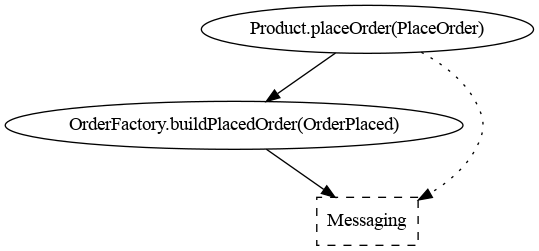
Earlier version of the Graphviz export shop-doc/img/shop_orderplacement.png (pousse-cafe/pousse-cafe.github.io). Its source is kept beside it as shop-doc/img/shop_orderplacement.dot. Source of this version:
```dot
digraph {
splines=spline;
"Product.placeOrder(PlaceOrder)" -> "OrderFactory.buildPlacedOrder(OrderPlaced)" [style=solid];
"OrderFactory.buildPlacedOrder(OrderPlaced)" -> "Messaging" [style=solid];
"Product.placeOrder(PlaceOrder)" -> "Messaging" [style=dotted];
"OrderFactory.buildPlacedOrder(OrderPlaced)"[shape=ellipse];
"Product.placeOrder(PlaceOrder)"[shape=ellipse];
"Messaging"[shape=box,style=dashed];
}
```
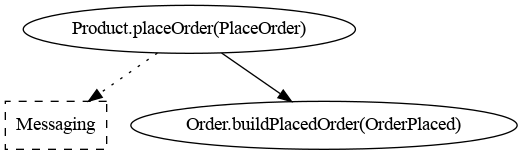
After the commit.

What changed in the source:
```diff
@@ -1,9 +1,8 @@
 digraph {
 splines=spline;
-"Product.placeOrder(PlaceOrder)" -> "OrderFactory.buildPlacedOrder(OrderPlaced)" [style=solid];
-"OrderFactory.buildPlacedOrder(OrderPlaced)" -> "Messaging" [style=solid];
 "Product.placeOrder(PlaceOrder)" -> "Messaging" [style=dotted];
-"OrderFactory.buildPlacedOrder(OrderPlaced)"[shape=ellipse];
+"Product.placeOrder(PlaceOrder)" -> "Order.buildPlacedOrder(OrderPlaced)" [style=solid];
 "Product.placeOrder(PlaceOrder)"[shape=ellipse];
+"Order.buildPlacedOrder(OrderPlaced)"[shape=ellipse];
 "Messaging"[shape=box,style=dashed];
 }
```
